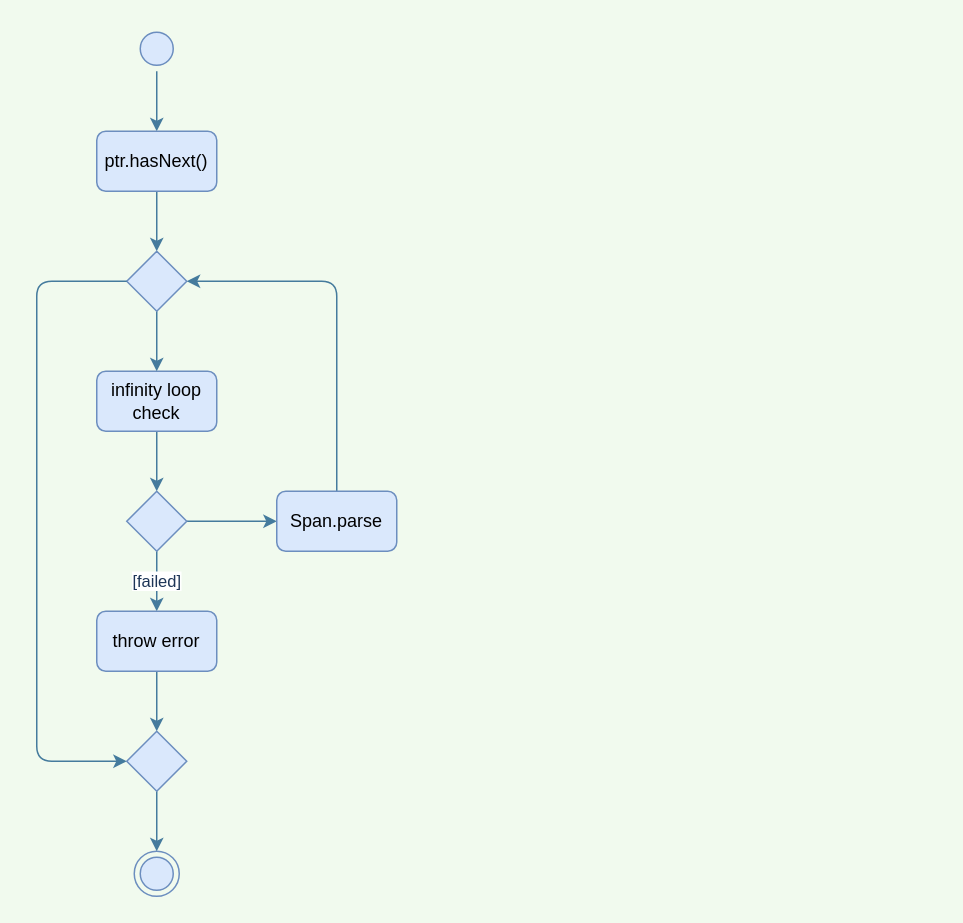
The draw.io diagram page "Parsing Doc" (1 of 5) of design/diagrams/lang-markup-package.drawio in creativeArtie/Writer-Studio, before the edit. Source tidied: cells renumbered, new cells numbered last; positions are measured from the earlier drawing's top-left corner, leaving out a move shared by most shapes. Both pictures are drawn from the tidied source at 150%, with x=0, y=0 at pixel (36, 26).
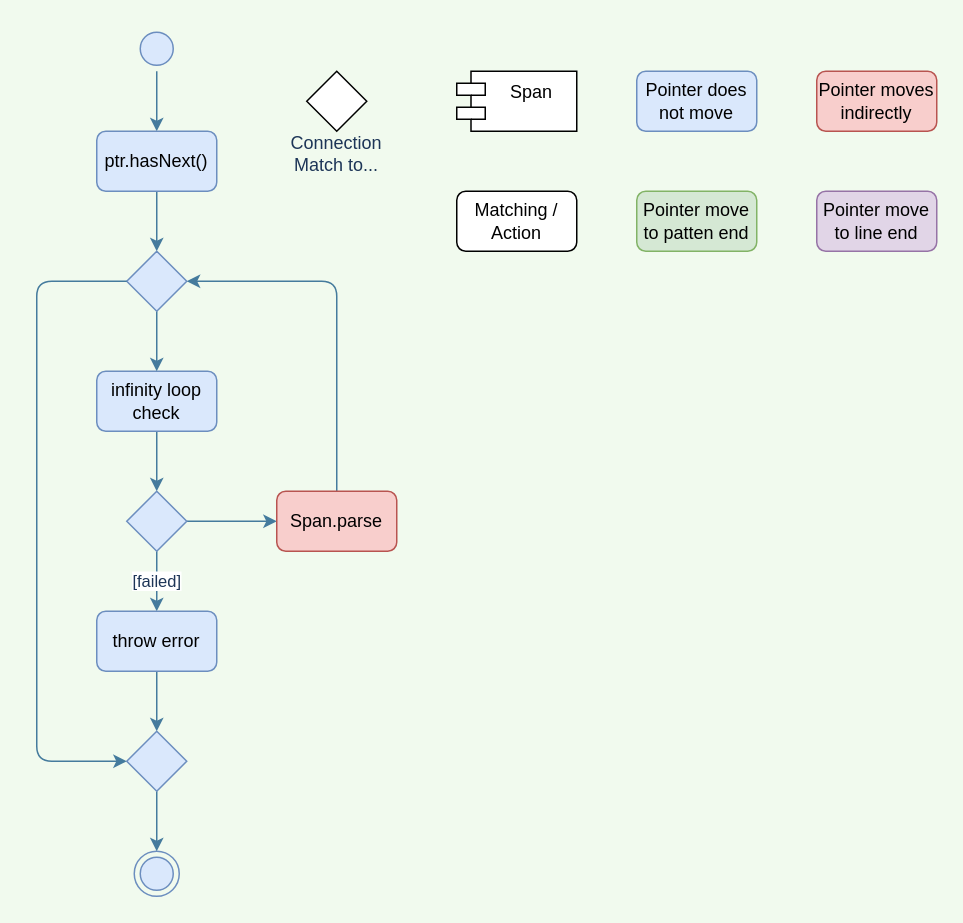
Above is the later version.

The edit, as a diff of the source:
```diff
@@
-    <mxCell id="20" value="Span.parse" style="rounded=1;whiteSpace=wrap;html=1;sketch=0;strokeColor=#6c8ebf;fillColor=#dae8fc;" parent="1" vertex="1">
+    <mxCell id="20" value="Span.parse" style="rounded=1;whiteSpace=wrap;html=1;sketch=0;strokeColor=#b85450;fillColor=#f8cecc;" parent="1" vertex="1">
       <mxGeometry x="160" y="310" width="80" height="40" as="geometry" />
     </mxCell>
+    <mxCell id="21" value="Span" style="shape=module;align=left;spacingLeft=20;align=center;verticalAlign=top;rounded=0;sketch=0;jettyWidth=19;jettyHeight=8;" parent="1" vertex="1">
+      <mxGeometry x="280" y="30" width="80" height="40" as="geometry" />
+    </mxCell>
+    <mxCell id="22" value="Matching /&lt;br&gt;Action" style="rounded=1;whiteSpace=wrap;html=1;sketch=0;" parent="1" vertex="1">
+      <mxGeometry x="280" y="110" width="80" height="40" as="geometry" />
+    </mxCell>
+    <mxCell id="23" value="Pointer moves indirectly" style="rounded=1;whiteSpace=wrap;html=1;sketch=0;strokeColor=#b85450;fillColor=#f8cecc;" parent="1" vertex="1">
+      <mxGeometry x="520" y="30" width="80" height="40" as="geometry" />
+    </mxCell>
+    <mxCell id="24" value="Pointer does not move" style="rounded=1;whiteSpace=wrap;html=1;sketch=0;strokeColor=#6c8ebf;fillColor=#dae8fc;" parent="1" vertex="1">
+      <mxGeometry x="400" y="30" width="80" height="40" as="geometry" />
+    </mxCell>
+    <mxCell id="25" value="Pointer move to line end" style="rounded=1;whiteSpace=wrap;html=1;sketch=0;strokeColor=#9673a6;fillColor=#e1d5e7;" parent="1" vertex="1">
+      <mxGeometry x="520" y="110" width="80" height="40" as="geometry" />
+    </mxCell>
+    <mxCell id="26" value="Pointer move to patten end" style="rounded=1;whiteSpace=wrap;html=1;sketch=0;strokeColor=#82b366;fillColor=#d5e8d4;" parent="1" vertex="1">
+      <mxGeometry x="400" y="110" width="80" height="40" as="geometry" />
+    </mxCell>
+    <mxCell id="27" style="rhombus;whiteSpace=wrap;html=1;rounded=0;sketch=0;strokeWidth=1;" parent="1" vertex="1">
+      <mxGeometry x="180" y="30" width="40" height="40" as="geometry" />
+    </mxCell>
+    <mxCell id="28" value="Connection&lt;br&gt;Match to..." style="text;html=1;strokeColor=none;fillColor=none;align=center;verticalAlign=middle;whiteSpace=wrap;rounded=0;sketch=0;fontColor=#1D3557;" parent="1" vertex="1">
+      <mxGeometry x="170" y="70" width="60" height="30" as="geometry" />
+    </mxCell>
```
